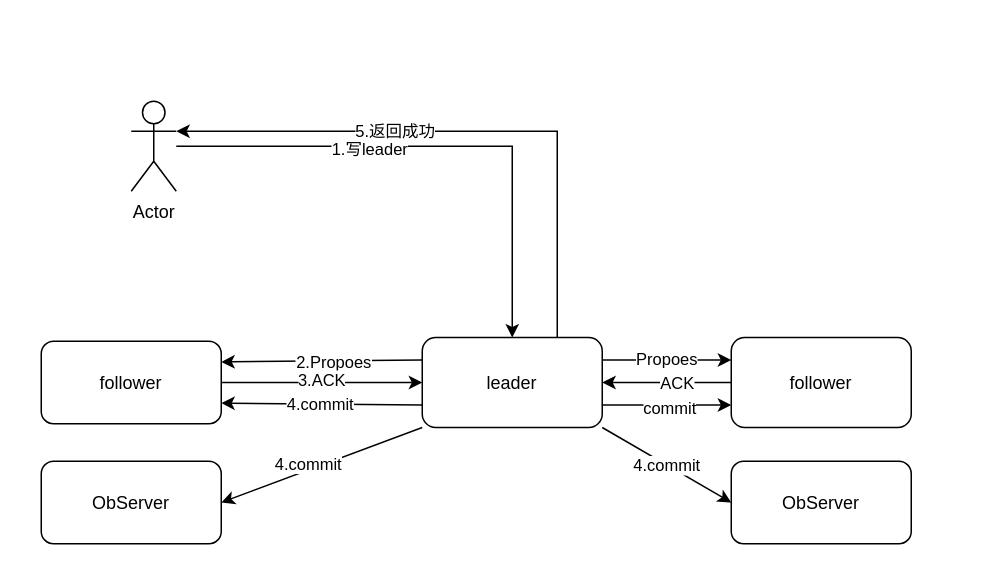
Earlier version of the draw.io diagram file/ZAB.drawio (Gwx1211/drawio). Source tidied: cells renumbered, new cells numbered last; positions are measured from the earlier drawing's top-left corner, leaving out a move shared by most shapes. Both pictures are drawn from the tidied source at 150%, with x=0, y=0 at pixel (40, 100).
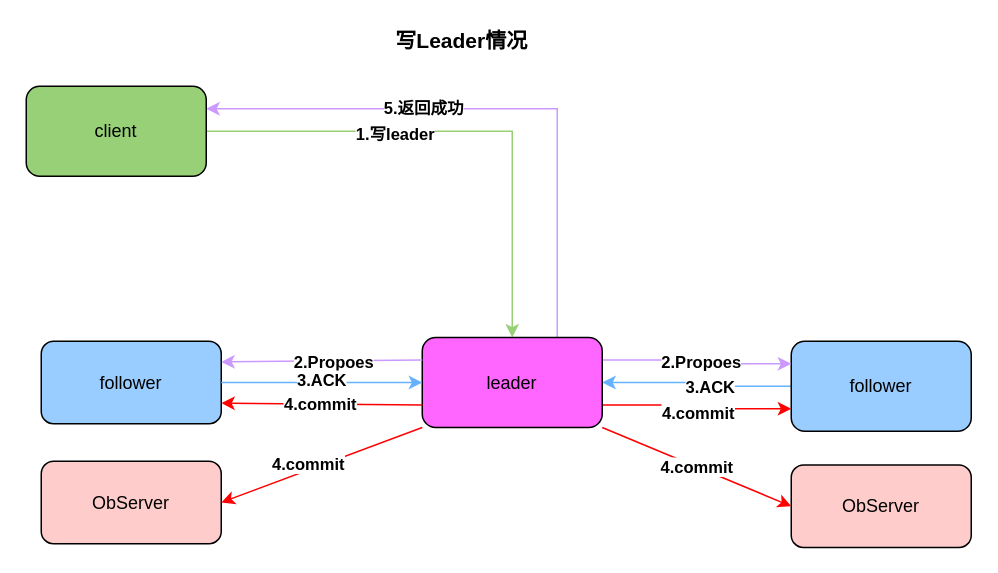
The same page after the edit.

What changed in the source:
```diff
@@
-    <mxCell id="2" style="edgeStyle=orthogonalEdgeStyle;rounded=0;jettySize=auto;html=1;entryX=0.5;entryY=0;entryDx=0;entryDy=0;" parent="1" edge="1" source="4" target="14">
+    <mxCell id="2" style="edgeStyle=orthogonalEdgeStyle;rounded=0;jettySize=auto;html=1;entryX=0.5;entryY=0;entryDx=0;entryDy=0;exitX=1;exitY=0.5;exitDx=0;exitDy=0;strokeColor=#97D077;" parent="1" edge="1" source="28" target="14">
       <mxGeometry relative="1" as="geometry" />
     </mxCell>
-    <mxCell id="3" value="1.写leader" style="edgeLabel;html=1;align=center;verticalAlign=middle;" parent="2" vertex="1">
+    <mxCell id="3" value="&lt;b&gt;1.写leader&lt;/b&gt;" style="edgeLabel;html=1;align=center;verticalAlign=middle;" parent="2" vertex="1">
       <mxGeometry x="-0.27" y="-1" relative="1" as="geometry" />
     </mxCell>
-    <mxCell id="4" value="Actor" style="shape=umlActor;verticalLabelPosition=bottom;verticalAlign=top;html=1;outlineConnect=0;" parent="1" vertex="1">
-      <mxGeometry x="60" width="30" height="60" as="geometry" />
-    </mxCell>
-    <mxCell id="5" style="edgeStyle=orthogonalEdgeStyle;rounded=0;jettySize=auto;html=1;" parent="1" edge="1" source="7" target="14">
+    <mxCell id="5" style="edgeStyle=orthogonalEdgeStyle;rounded=0;jettySize=auto;html=1;fillColor=#99CCFF;strokeColor=#66B2FF;" parent="1" edge="1" source="7" target="14">
       <mxGeometry relative="1" as="geometry" />
     </mxCell>
-    <mxCell id="6" value="ACK" style="edgeLabel;html=1;align=center;verticalAlign=middle;" parent="5" vertex="1">
+    <mxCell id="6" value="&lt;b&gt;3.ACK&lt;/b&gt;" style="edgeLabel;html=1;align=center;verticalAlign=middle;" parent="5" vertex="1">
       <mxGeometry x="-0.14" relative="1" as="geometry" />
     </mxCell>
-    <mxCell id="7" value="follower" style="rounded=1;whiteSpace=wrap;html=1;" parent="1" vertex="1">
-      <mxGeometry x="460" y="157.5" width="120" height="60" as="geometry" />
+    <mxCell id="7" value="follower" style="rounded=1;whiteSpace=wrap;html=1;fillColor=#99CCFF;" parent="1" vertex="1">
+      <mxGeometry x="500" y="160" width="120" height="60" as="geometry" />
     </mxCell>
-    <mxCell id="8" style="edgeStyle=orthogonalEdgeStyle;rounded=0;jettySize=auto;html=1;exitX=1;exitY=0.25;exitDx=0;exitDy=0;entryX=0;entryY=0.25;entryDx=0;entryDy=0;" parent="1" edge="1" source="14" target="7">
+    <mxCell id="8" style="edgeStyle=orthogonalEdgeStyle;rounded=0;jettySize=auto;html=1;exitX=1;exitY=0.25;exitDx=0;exitDy=0;entryX=0;entryY=0.25;entryDx=0;entryDy=0;strokeColor=#CC99FF;" parent="1" edge="1" source="14" target="7">
       <mxGeometry relative="1" as="geometry" />
     </mxCell>
-    <mxCell id="9" value="Propoes" style="edgeLabel;html=1;align=center;verticalAlign=middle;" parent="8" vertex="1">
+    <mxCell id="9" value="&lt;b&gt;2.Propoes&lt;/b&gt;" style="edgeLabel;html=1;align=center;verticalAlign=middle;" parent="8" vertex="1">
       <mxGeometry x="-0.02" y="2" relative="1" as="geometry">
         <mxPoint y="1" as="offset" />
       </mxGeometry>
     </mxCell>
-    <mxCell id="10" style="edgeStyle=orthogonalEdgeStyle;rounded=0;jettySize=auto;html=1;exitX=1;exitY=0.75;exitDx=0;exitDy=0;entryX=0;entryY=0.75;entryDx=0;entryDy=0;" parent="1" edge="1" source="14" target="7">
+    <mxCell id="10" style="edgeStyle=orthogonalEdgeStyle;rounded=0;jettySize=auto;html=1;exitX=1;exitY=0.75;exitDx=0;exitDy=0;entryX=0;entryY=0.75;entryDx=0;entryDy=0;strokeColor=#FF0000;" parent="1" edge="1" source="14" target="7">
       <mxGeometry relative="1" as="geometry" />
     </mxCell>
-    <mxCell id="11" value="commit" style="edgeLabel;html=1;align=center;verticalAlign=middle;" parent="10" vertex="1">
+    <mxCell id="11" value="&lt;b&gt;4.commit&lt;/b&gt;" style="edgeLabel;html=1;align=center;verticalAlign=middle;" parent="10" vertex="1">
       <mxGeometry x="0.02" y="-1" relative="1" as="geometry">
         <mxPoint y="1" as="offset" />
       </mxGeometry>
     </mxCell>
-    <mxCell id="12" style="edgeStyle=orthogonalEdgeStyle;rounded=0;jettySize=auto;html=1;exitX=0.75;exitY=0;exitDx=0;exitDy=0;entryX=1;entryY=0.3333333333333333;entryDx=0;entryDy=0;entryPerimeter=0;" parent="1" edge="1" source="14" target="4">
+    <mxCell id="12" style="edgeStyle=orthogonalEdgeStyle;rounded=0;jettySize=auto;html=1;exitX=0.75;exitY=0;exitDx=0;exitDy=0;entryX=1;entryY=0.25;entryDx=0;entryDy=0;strokeColor=#CC99FF;" parent="1" edge="1" source="14" target="28">
       <mxGeometry relative="1" as="geometry" />
     </mxCell>
-    <mxCell id="13" value="5.返回成功" style="edgeLabel;html=1;align=center;verticalAlign=middle;" parent="12" vertex="1">
+    <mxCell id="13" value="&lt;b&gt;5.返回成功&lt;/b&gt;" style="edgeLabel;html=1;align=center;verticalAlign=middle;" parent="12" vertex="1">
       <mxGeometry x="0.26" y="-1" relative="1" as="geometry">
         <mxPoint x="1" as="offset" />
       </mxGeometry>
     </mxCell>
-    <mxCell id="14" value="leader" style="rounded=1;whiteSpace=wrap;html=1;" parent="1" vertex="1">
+    <mxCell id="14" value="leader" style="rounded=1;whiteSpace=wrap;html=1;fillColor=#FF66FF;" parent="1" vertex="1">
       <mxGeometry x="254" y="157.5" width="120" height="60" as="geometry" />
     </mxCell>
-    <mxCell id="15" value="follower" style="rounded=1;whiteSpace=wrap;html=1;" parent="1" vertex="1">
+    <mxCell id="15" value="follower" style="rounded=1;whiteSpace=wrap;html=1;fillColor=#99CCFF;" parent="1" vertex="1">
       <mxGeometry y="160" width="120" height="55" as="geometry" />
     </mxCell>
-    <mxCell id="16" style="endArrow=classic;html=1;exitX=0;exitY=0.25;exitDx=0;exitDy=0;entryX=1;entryY=0.25;entryDx=0;entryDy=0;" parent="1" edge="1" source="14" target="15">
+    <mxCell id="16" style="endArrow=classic;html=1;exitX=0;exitY=0.25;exitDx=0;exitDy=0;entryX=1;entryY=0.25;entryDx=0;entryDy=0;strokeColor=#CC99FF;" parent="1" edge="1" source="14" target="15">
       <mxGeometry relative="1" as="geometry" />
     </mxCell>
-    <mxCell id="17" value="2.Propoes" style="edgeLabel;html=1;align=center;verticalAlign=middle;" parent="16" vertex="1">
+    <mxCell id="17" value="&lt;b&gt;2.Propoes&lt;/b&gt;" style="edgeLabel;html=1;align=center;verticalAlign=middle;" parent="16" vertex="1">
       <mxGeometry x="-0.1" relative="1" as="geometry" />
     </mxCell>
-    <mxCell id="18" style="endArrow=classic;html=1;entryX=0;entryY=0.5;entryDx=0;entryDy=0;" parent="1" edge="1" source="15" target="14">
+    <mxCell id="18" style="endArrow=classic;html=1;entryX=0;entryY=0.5;entryDx=0;entryDy=0;fillColor=#99CCFF;strokeColor=#66B2FF;" parent="1" edge="1" source="15" target="14">
       <mxGeometry relative="1" as="geometry" />
     </mxCell>
-    <mxCell id="19" value="3.ACK" style="edgeLabel;html=1;align=center;verticalAlign=middle;" parent="18" vertex="1">
+    <mxCell id="19" value="&lt;b&gt;3.ACK&lt;/b&gt;" style="edgeLabel;html=1;align=center;verticalAlign=middle;" parent="18" vertex="1">
       <mxGeometry x="-0.02" y="-3" relative="1" as="geometry">
         <mxPoint y="-5" as="offset" />
       </mxGeometry>
     </mxCell>
-    <mxCell id="20" style="endArrow=classic;html=1;entryX=1;entryY=0.75;entryDx=0;entryDy=0;exitX=0;exitY=0.75;exitDx=0;exitDy=0;" parent="1" edge="1" source="14" target="15">
+    <mxCell id="20" style="endArrow=classic;html=1;entryX=1;entryY=0.75;entryDx=0;entryDy=0;exitX=0;exitY=0.75;exitDx=0;exitDy=0;fillColor=#FF6666;strokeColor=#FF0000;" parent="1" edge="1" source="14" target="15">
       <mxGeometry relative="1" as="geometry" />
     </mxCell>
-    <mxCell id="21" value="4.commit" style="edgeLabel;html=1;align=center;verticalAlign=middle;" parent="20" vertex="1">
+    <mxCell id="21" value="&lt;b&gt;4.commit&lt;/b&gt;" style="edgeLabel;html=1;align=center;verticalAlign=middle;" parent="20" vertex="1">
       <mxGeometry x="0.03" relative="1" as="geometry" />
     </mxCell>
-    <mxCell id="22" value="ObServer" style="rounded=1;whiteSpace=wrap;html=1;" parent="1" vertex="1">
+    <mxCell id="22" value="ObServer" style="rounded=1;whiteSpace=wrap;html=1;fillColor=#FFCCCC;" parent="1" vertex="1">
       <mxGeometry y="240" width="120" height="55" as="geometry" />
     </mxCell>
-    <mxCell id="23" value="ObServer" style="rounded=1;whiteSpace=wrap;html=1;" parent="1" vertex="1">
-      <mxGeometry x="460" y="240" width="120" height="55" as="geometry" />
+    <mxCell id="23" value="ObServer" style="rounded=1;whiteSpace=wrap;html=1;fillColor=#FFCCCC;" parent="1" vertex="1">
+      <mxGeometry x="500" y="242.5" width="120" height="55" as="geometry" />
     </mxCell>
-    <mxCell id="24" style="endArrow=classic;html=1;exitX=0;exitY=1;exitDx=0;exitDy=0;entryX=1;entryY=0.5;entryDx=0;entryDy=0;" parent="1" edge="1" source="14" target="22">
+    <mxCell id="24" style="endArrow=classic;html=1;exitX=0;exitY=1;exitDx=0;exitDy=0;entryX=1;entryY=0.5;entryDx=0;entryDy=0;strokeColor=#FF0000;" parent="1" edge="1" source="14" target="22">
       <mxGeometry relative="1" as="geometry" />
     </mxCell>
-    <mxCell id="25" value="4.commit" style="edgeLabel;html=1;align=center;verticalAlign=middle;" parent="24" vertex="1">
+    <mxCell id="25" value="&lt;b&gt;4.commit&lt;/b&gt;" style="edgeLabel;html=1;align=center;verticalAlign=middle;" parent="24" vertex="1">
       <mxGeometry x="0.12" y="-4" relative="1" as="geometry" />
     </mxCell>
-    <mxCell id="26" value="4.commit" style="endArrow=classic;html=1;exitX=1;exitY=1;exitDx=0;exitDy=0;entryX=0;entryY=0.5;entryDx=0;entryDy=0;" parent="1" edge="1" source="14" target="23">
+    <mxCell id="26" value="&lt;b&gt;4.commit&lt;/b&gt;" style="endArrow=classic;html=1;exitX=1;exitY=1;exitDx=0;exitDy=0;entryX=0;entryY=0.5;entryDx=0;entryDy=0;strokeColor=#FF0000;" parent="1" edge="1" source="14" target="23">
       <mxGeometry relative="1" as="geometry" />
     </mxCell>
+    <mxCell id="27" value="&lt;font style=&quot;font-size: 14px&quot;&gt;&lt;b&gt;写Leader情况&lt;/b&gt;&lt;/font&gt;" style="text;html=1;align=center;verticalAlign=middle;strokeColor=none;fillColor=none;" parent="1" vertex="1">
+      <mxGeometry x="230" y="-50" width="100" height="20" as="geometry" />
+    </mxCell>
+    <mxCell id="28" value="client" style="rounded=1;whiteSpace=wrap;html=1;fillColor=#97D077;" parent="1" vertex="1">
+      <mxGeometry x="-10" y="-10" width="120" height="60" as="geometry" />
+    </mxCell>
```
